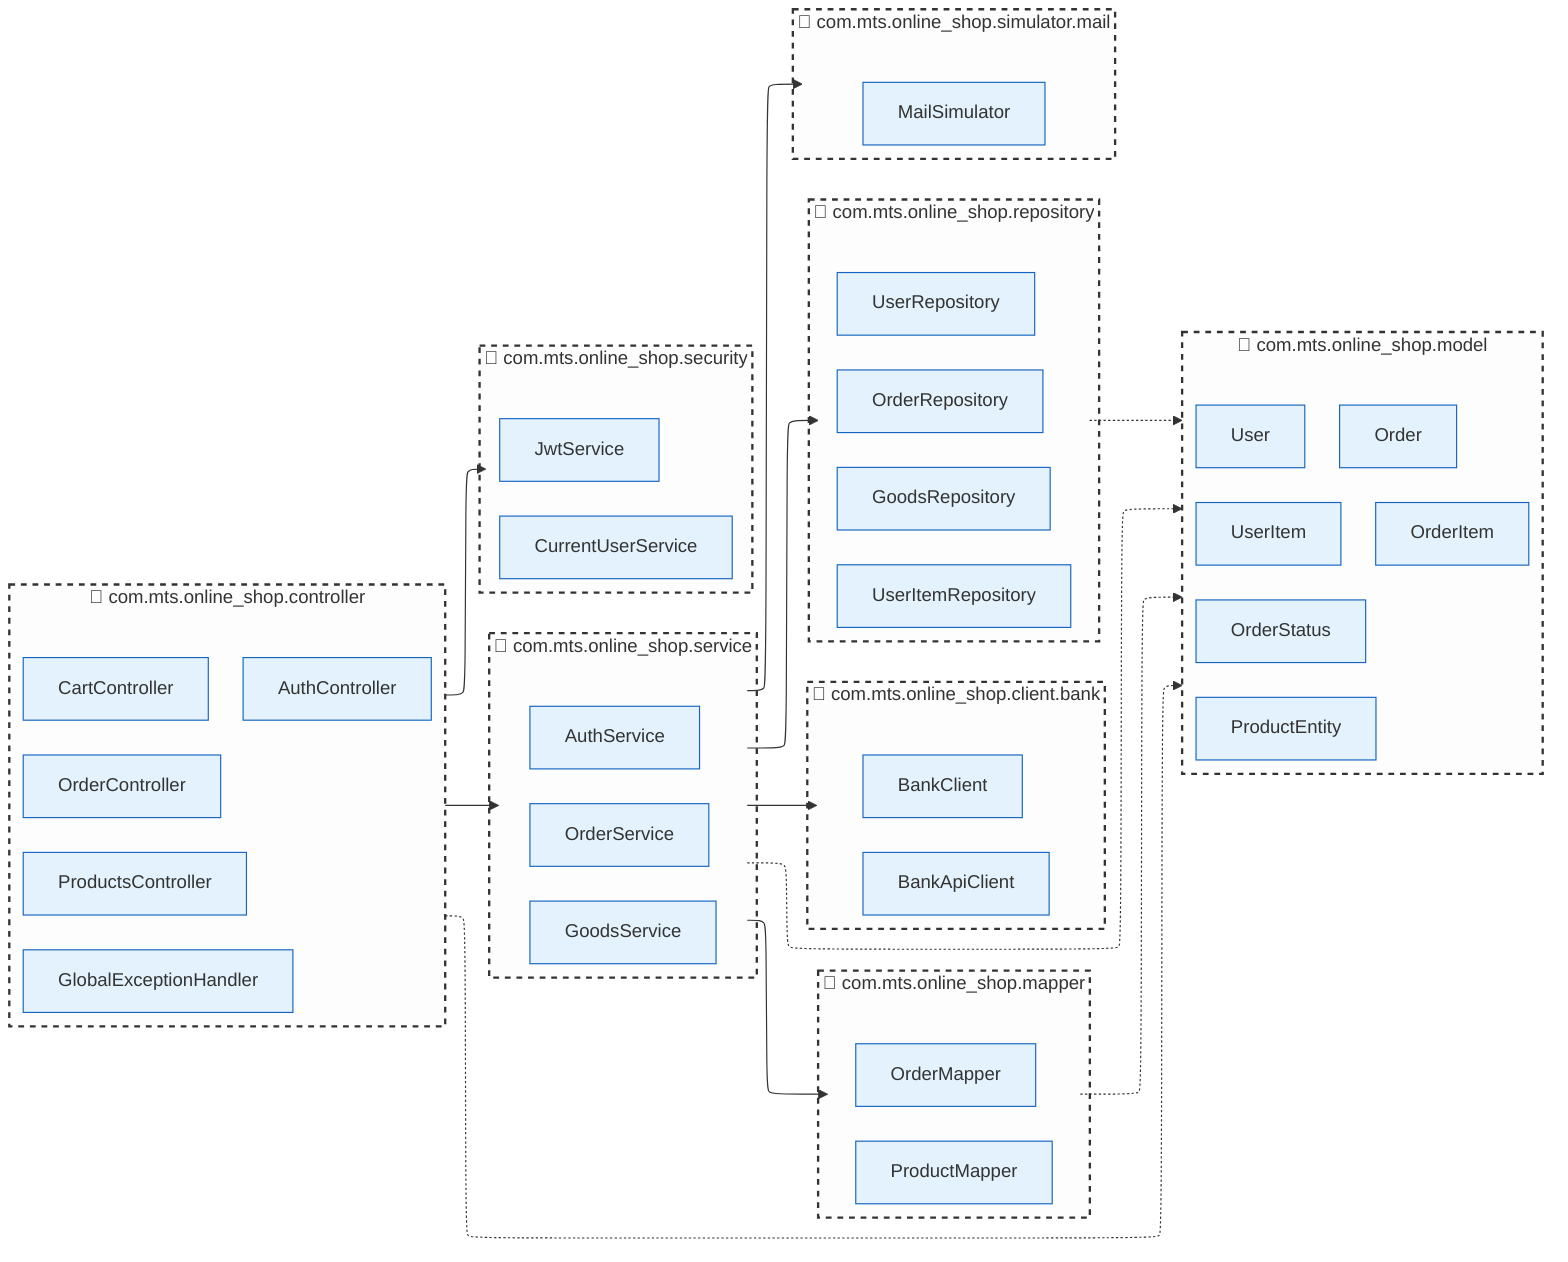
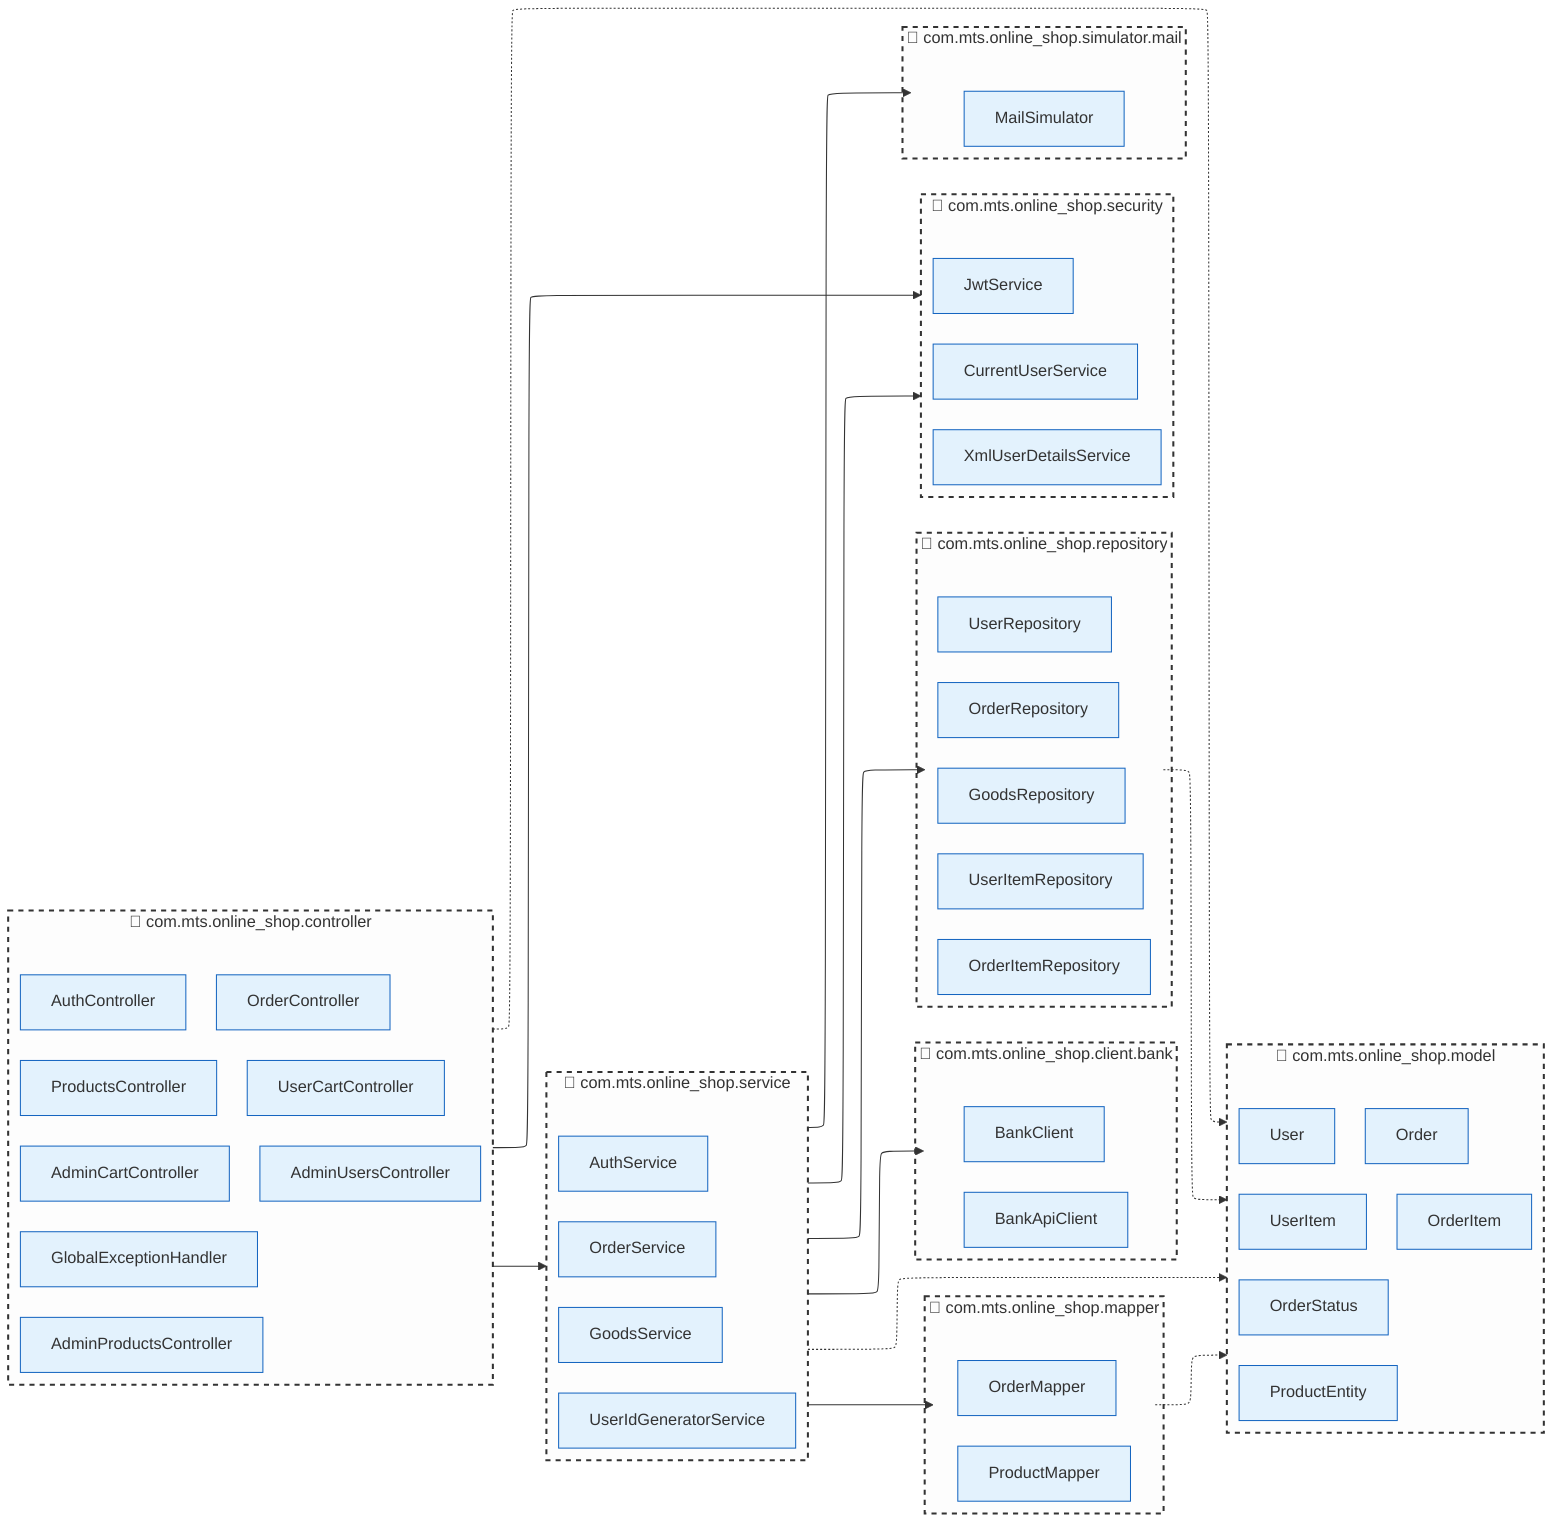
---
config:
  layout: elk
---
flowchart LR
 subgraph Controller_Pkg["📂 com.mts.online_shop.controller"]
    direction LR
        OrderController["OrderController"]
        ProductsController["ProductsController"]
-         CartController["CartController"]
+         UserCartController["UserCartController"]
        AuthController["AuthController"]
+         AdminProductsController["AdminProductsController"]
+         AdminUsersController["AdminUsersController"]
+         AdminCartController["AdminCartController"]
        GlobalExceptionHandler["GlobalExceptionHandler"]
  end
 subgraph Service_Pkg["📂 com.mts.online_shop.service"]
    direction LR
        OrderService["OrderService"]
        GoodsService["GoodsService"]
        AuthService["AuthService"]
+         UserIdGeneratorService["UserIdGeneratorService"]
  end
 subgraph Mapper_Pkg["📂 com.mts.online_shop.mapper"]
    direction LR
        OrderMapper["OrderMapper"]
        ProductMapper["ProductMapper"]
  end
 subgraph Client_Pkg["📂 com.mts.online_shop.client.bank"]
    direction LR
        BankClient["BankClient"]
        BankApiClient["BankApiClient"]
  end
 subgraph Repository_Pkg["📂 com.mts.online_shop.repository"]
    direction LR
        OrderRepository["OrderRepository"]
        GoodsRepository["GoodsRepository"]
        UserRepository["UserRepository"]
        UserItemRepository["UserItemRepository"]
+         OrderItemRepository["OrderItemRepository"]
  end
 subgraph Model_Pkg["📂 com.mts.online_shop.model"]
    direction LR
        Order["Order"]
        OrderItem["OrderItem"]
        User["User"]
        UserItem["UserItem"]
        ProductEntity["ProductEntity"]
        OrderStatus["OrderStatus"]
  end
 subgraph Security_Pkg["📂 com.mts.online_shop.security"]
    direction LR
        JwtService["JwtService"]
        CurrentUserService["CurrentUserService"]
+         XmlUserDetailsService["XmlUserDetailsService"]
  end
 subgraph Simulator_Pkg["📂 com.mts.online_shop.simulator.mail"]
    direction LR
        MailSimulator["MailSimulator"]
  end
    Controller_Pkg --> Service_Pkg
    Controller_Pkg --> Security_Pkg
    Service_Pkg --> Repository_Pkg
    Service_Pkg --> Mapper_Pkg
    Service_Pkg --> Client_Pkg
    Service_Pkg --> Simulator_Pkg
+     Service_Pkg --> Security_Pkg
    Repository_Pkg -.-> Model_Pkg
    Service_Pkg -.-> Model_Pkg
    Mapper_Pkg -.-> Model_Pkg
    Controller_Pkg -.-> Model_Pkg

     OrderController:::cls
     ProductsController:::cls
-      CartController:::cls
+      UserCartController:::cls
     AuthController:::cls
+      AdminProductsController:::cls
+      AdminUsersController:::cls
+      AdminCartController:::cls
     GlobalExceptionHandler:::cls
     OrderService:::cls
     GoodsService:::cls
     AuthService:::cls
+      UserIdGeneratorService:::cls
     OrderMapper:::cls
     ProductMapper:::cls
     BankClient:::cls
     BankApiClient:::cls
     MailSimulator:::cls
     OrderRepository:::cls
     GoodsRepository:::cls
     UserRepository:::cls
     UserItemRepository:::cls
+      OrderItemRepository:::cls
     Order:::cls
     OrderItem:::cls
     User:::cls
     UserItem:::cls
     ProductEntity:::cls
     OrderStatus:::cls
     JwtService:::cls
     CurrentUserService:::cls
+      XmlUserDetailsService:::cls
     Controller_Pkg:::pkg
     Service_Pkg:::pkg
     Mapper_Pkg:::pkg
     Client_Pkg:::pkg
     Repository_Pkg:::pkg
     Model_Pkg:::pkg
     Security_Pkg:::pkg
     Simulator_Pkg:::pkg
    classDef pkg fill:#fdfdfd,stroke:#333,stroke-width:2px,stroke-dasharray: 5 5
    classDef cls fill:#e3f2fd,stroke:#1565c0,stroke-width:1px
